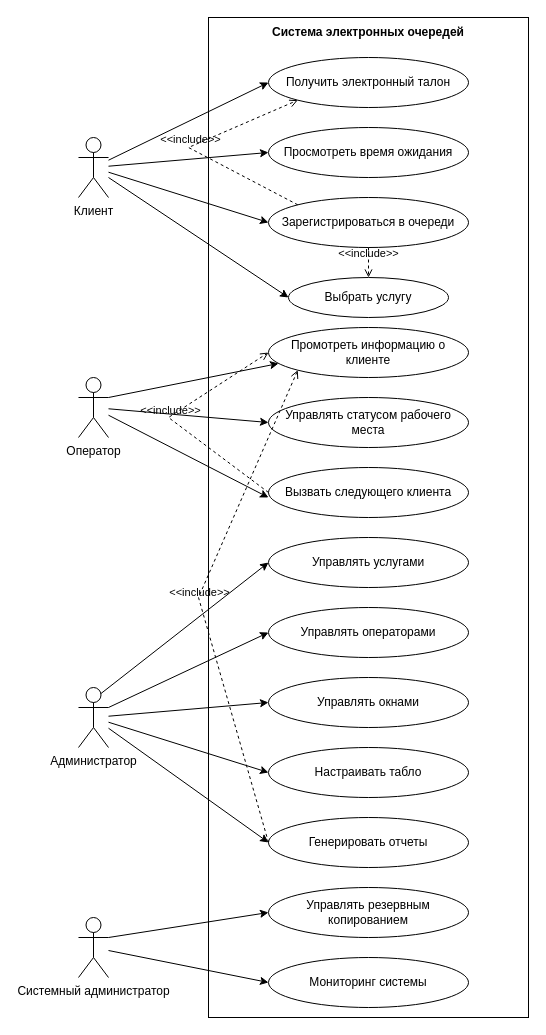
Earlier version of the draw.io diagram UsecaseD.drawio (risingfevers/ProgramnayaInjeneriya). Source tidied: cells renumbered, new cells numbered last; positions are measured from the earlier drawing's top-left corner, leaving out a move shared by most shapes. Both pictures are drawn from the tidied source at 100%, with x=0, y=0 at pixel (78, 17).
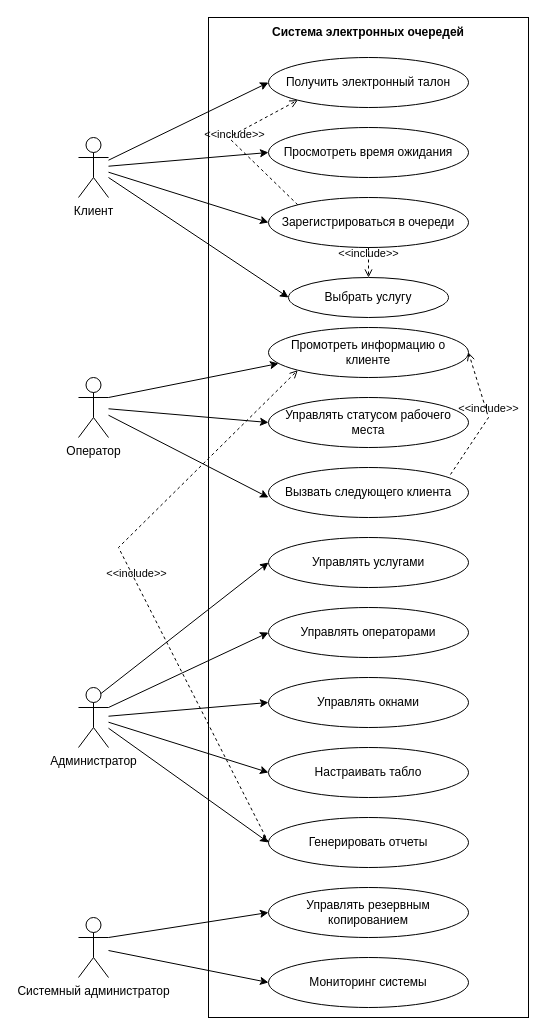
Above is the later version.

Unchanged cells that the change refers to:
```xml
<mxCell id="5" value="Получить электронный талон" style="ellipse;whiteSpace=wrap;html=1;" parent="1" vertex="1">
  <mxGeometry x="190" y="40" width="200" height="50" as="geometry" />
</mxCell>
<mxCell id="7" value="Зарегистрироваться в очереди" style="ellipse;whiteSpace=wrap;html=1;" parent="1" vertex="1">
  <mxGeometry x="190" y="180" width="200" height="50" as="geometry" />
</mxCell>
<mxCell id="9" value="Промотреть информацию о клиенте" style="ellipse;whiteSpace=wrap;html=1;" parent="1" vertex="1">
  <mxGeometry x="190" y="310" width="200" height="50" as="geometry" />
</mxCell>
<mxCell id="11" value="Вызвать следующего клиента" style="ellipse;whiteSpace=wrap;html=1;" parent="1" vertex="1">
  <mxGeometry x="190" y="450" width="200" height="50" as="geometry" />
</mxCell>
<mxCell id="16" value="Генерировать отчеты" style="ellipse;whiteSpace=wrap;html=1;" parent="1" vertex="1">
  <mxGeometry x="190" y="800" width="200" height="50" as="geometry" />
</mxCell>
```

Diff of the diagram source:
```diff
@@
     <mxCell id="26" value="&amp;lt;&amp;lt;include&amp;gt;&amp;gt;" style="html=1;verticalAlign=bottom;labelBackgroundColor=none;endArrow=open;endFill=0;dashed=1;rounded=0;exitX=0;exitY=0;exitDx=0;exitDy=0;entryX=0;entryY=1;entryDx=0;entryDy=0;" parent="1" edge="1" source="7" target="5">
       <mxGeometry relative="1" as="geometry">
         <Array as="points">
-          <mxPoint x="110" y="130" />
+          <mxPoint x="150" y="120" />
         </Array>
       </mxGeometry>
     </mxCell>
@@
-    <mxCell id="28" value="&amp;lt;&amp;lt;include&amp;gt;&amp;gt;" style="html=1;verticalAlign=bottom;labelBackgroundColor=none;endArrow=open;endFill=0;dashed=1;rounded=0;exitX=0;exitY=0.5;exitDx=0;exitDy=0;entryX=0;entryY=0.5;entryDx=0;entryDy=0;" parent="1" edge="1" source="11" target="9">
+    <mxCell id="28" value="&amp;lt;&amp;lt;include&amp;gt;&amp;gt;" style="html=1;verticalAlign=bottom;labelBackgroundColor=none;endArrow=open;endFill=0;dashed=1;rounded=0;exitX=0.91;exitY=0.14;exitDx=0;exitDy=0;entryX=1;entryY=0.5;entryDx=0;entryDy=0;exitPerimeter=0;" parent="1" edge="1" source="11" target="9">
       <mxGeometry relative="1" as="geometry">
         <Array as="points">
-          <mxPoint x="90" y="400" />
+          <mxPoint x="410" y="400" />
         </Array>
       </mxGeometry>
     </mxCell>
     <mxCell id="29" value="&amp;lt;&amp;lt;include&amp;gt;&amp;gt;" style="html=1;verticalAlign=bottom;labelBackgroundColor=none;endArrow=open;endFill=0;dashed=1;rounded=0;exitX=0;exitY=0.5;exitDx=0;exitDy=0;entryX=0;entryY=1;entryDx=0;entryDy=0;" parent="1" edge="1" source="16" target="9">
       <mxGeometry relative="1" as="geometry">
         <Array as="points">
-          <mxPoint x="120" y="580" />
+          <mxPoint x="40" y="530" />
         </Array>
       </mxGeometry>
     </mxCell>
```
